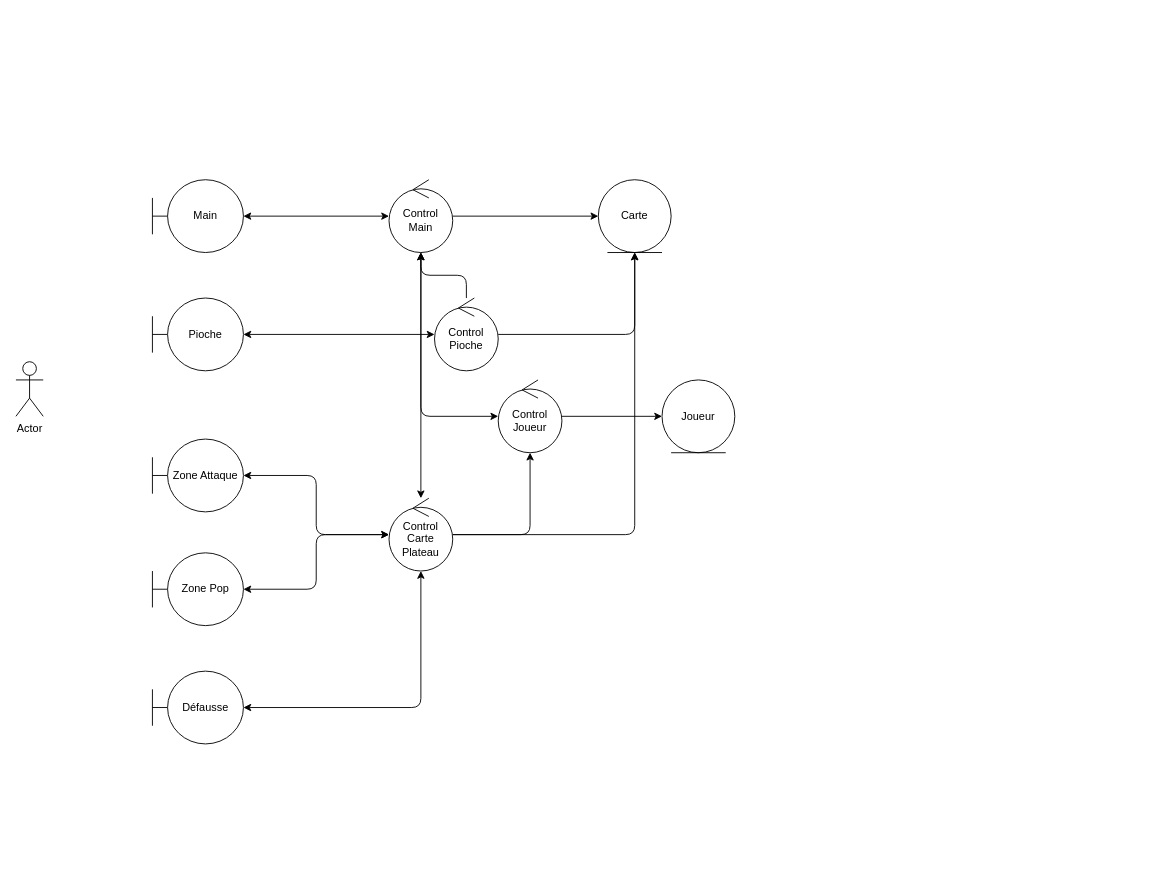
The draw.io diagram Diagramme de robustesse.drawio in coco875/ProjetPirate, before the edit. Source tidied: cells renumbered, new cells numbered last; positions are measured from the earlier drawing's top-left corner, leaving out a move shared by most shapes. Both pictures are drawn from the tidied source at 91%, with x=0, y=0 at pixel (15, 179).
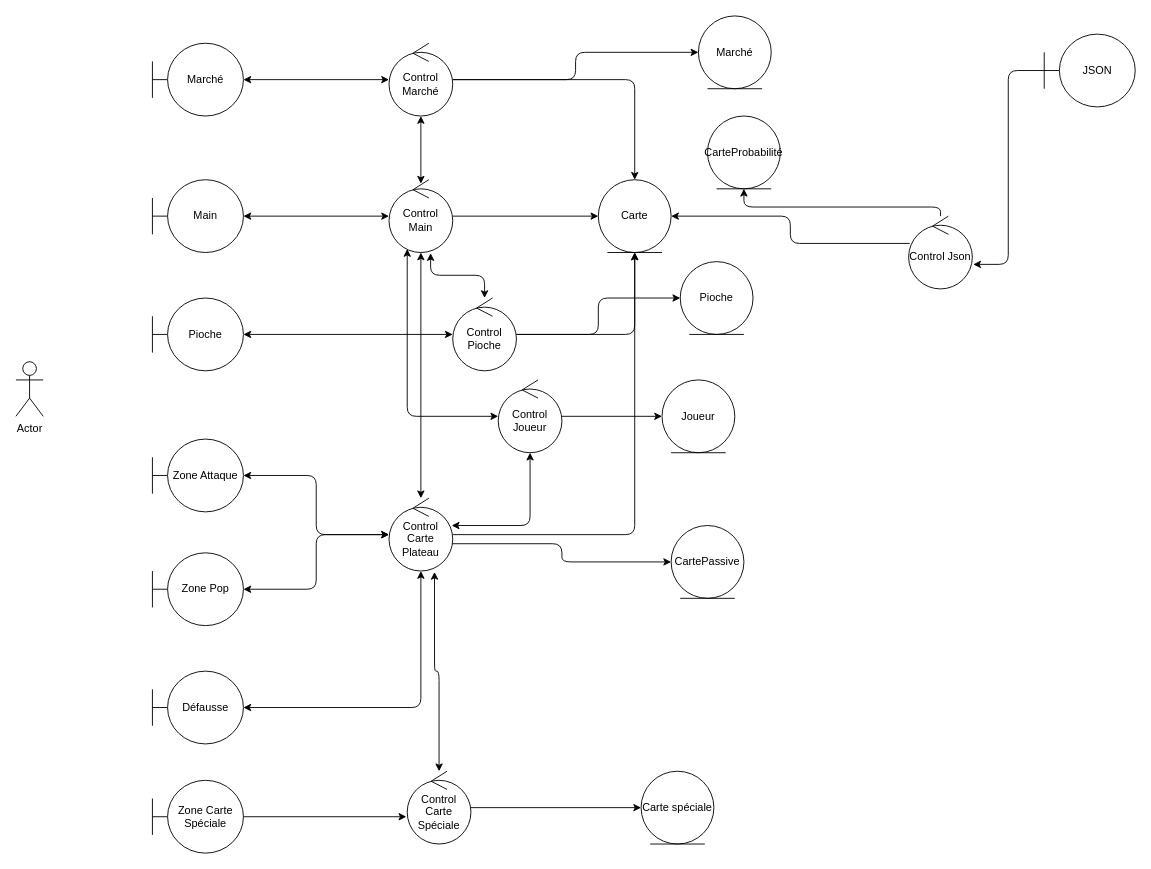
Above is the later version.

Commit message:
maj Diagramme robustesse

Unchanged cells that the change refers to:
```xml
<mxCell id="16" value="Control Carte Plateau" style="ellipse;shape=umlControl;whiteSpace=wrap;html=1;" parent="1" vertex="1">
  <mxGeometry x="410" y="350" width="70" height="80" as="geometry" />
</mxCell>
<mxCell id="19" value="Control Joueur" style="ellipse;shape=umlControl;whiteSpace=wrap;html=1;" parent="1" vertex="1">
  <mxGeometry x="530" y="220" width="70" height="80" as="geometry" />
</mxCell>
<mxCell id="22" value="Control Main" style="ellipse;shape=umlControl;whiteSpace=wrap;html=1;" parent="1" vertex="1">
  <mxGeometry x="410" width="70" height="80" as="geometry" />
</mxCell>
<mxCell id="23" value="Carte" style="ellipse;shape=umlEntity;whiteSpace=wrap;html=1;" parent="1" vertex="1">
  <mxGeometry x="640" width="80" height="80" as="geometry" />
</mxCell>
```

The edit, as a diff of the source:
```diff
@@
-    <mxCell id="13" style="edgeStyle=orthogonalEdgeStyle;html=1;" parent="1" edge="1" source="16" target="19">
-      <mxGeometry relative="1" as="geometry" />
+    <mxCell id="13" style="edgeStyle=orthogonalEdgeStyle;html=1;startArrow=classic;startFill=1;" parent="1" edge="1" source="16" target="19">
+      <mxGeometry relative="1" as="geometry">
+        <Array as="points">
+          <mxPoint x="565" y="380" />
+        </Array>
+      </mxGeometry>
     </mxCell>
@@
     <mxCell id="15" style="edgeStyle=orthogonalEdgeStyle;html=1;" parent="1" edge="1" source="16" target="23">
-      <mxGeometry relative="1" as="geometry" />
+      <mxGeometry relative="1" as="geometry">
+        <Array as="points">
+          <mxPoint x="680" y="390" />
+        </Array>
+      </mxGeometry>
     </mxCell>
+    <mxCell id="27" style="edgeStyle=orthogonalEdgeStyle;rounded=1;jettySize=auto;html=1;entryX=0;entryY=0.5;entryDx=0;entryDy=0;curved=0;" parent="1" edge="1" source="16" target="35">
+      <mxGeometry relative="1" as="geometry">
+        <Array as="points">
+          <mxPoint x="600" y="400" />
+          <mxPoint x="600" y="420" />
+        </Array>
+      </mxGeometry>
+    </mxCell>
@@
     <mxCell id="18" style="edgeStyle=orthogonalEdgeStyle;html=1;startArrow=classic;startFill=1;" parent="1" edge="1" source="19" target="22">
-      <mxGeometry relative="1" as="geometry" />
+      <mxGeometry relative="1" as="geometry">
+        <Array as="points">
+          <mxPoint x="430" y="260" />
+        </Array>
+      </mxGeometry>
     </mxCell>
@@
+    <mxCell id="28" style="edgeStyle=orthogonalEdgeStyle;rounded=1;jettySize=auto;html=1;curved=0;" parent="1" edge="1" source="26" target="43">
+      <mxGeometry relative="1" as="geometry" />
+    </mxCell>
+    <mxCell id="26" value="Control Pioche" style="ellipse;shape=umlControl;whiteSpace=wrap;html=1;" parent="1" vertex="1">
+      <mxGeometry x="480" y="130" width="70" height="80" as="geometry" />
+    </mxCell>
+    <mxCell id="29" value="Zone Carte Spéciale" style="shape=umlBoundary;whiteSpace=wrap;html=1;" parent="1" vertex="1">
+      <mxGeometry x="150" y="660" width="100" height="80" as="geometry" />
+    </mxCell>
+    <mxCell id="30" style="edgeStyle=orthogonalEdgeStyle;rounded=0;jettySize=auto;html=1;" parent="1" edge="1" source="31" target="32">
+      <mxGeometry relative="1" as="geometry" />
+    </mxCell>
+    <mxCell id="31" value="Control Carte Spéciale" style="ellipse;shape=umlControl;whiteSpace=wrap;html=1;" parent="1" vertex="1">
+      <mxGeometry x="430" y="650" width="70" height="80" as="geometry" />
+    </mxCell>
+    <mxCell id="32" value="Carte sp&lt;span style=&quot;background-color: transparent; color: light-dark(rgb(0, 0, 0), rgb(255, 255, 255));&quot;&gt;éciale&lt;/span&gt;" style="ellipse;shape=umlEntity;whiteSpace=wrap;html=1;" parent="1" vertex="1">
+      <mxGeometry x="687" y="650" width="80" height="80" as="geometry" />
+    </mxCell>
+    <mxCell id="33" style="edgeStyle=orthogonalEdgeStyle;rounded=1;jettySize=auto;html=1;entryX=0.714;entryY=1.013;entryDx=0;entryDy=0;entryPerimeter=0;startArrow=classic;startFill=1;curved=0;" parent="1" edge="1" source="31" target="16">
+      <mxGeometry relative="1" as="geometry" />
+    </mxCell>
+    <mxCell id="34" style="edgeStyle=orthogonalEdgeStyle;rounded=0;jettySize=auto;html=1;entryX=-0.014;entryY=0.625;entryDx=0;entryDy=0;entryPerimeter=0;" parent="1" edge="1" source="29" target="31">
+      <mxGeometry relative="1" as="geometry" />
+    </mxCell>
+    <mxCell id="35" value="CartePassive" style="ellipse;shape=umlEntity;whiteSpace=wrap;html=1;" parent="1" vertex="1">
+      <mxGeometry x="720" y="380" width="80" height="80" as="geometry" />
+    </mxCell>
-    <mxCell id="25" style="edgeStyle=orthogonalEdgeStyle;html=1;" parent="1" edge="1" source="26" target="22">
+    <mxCell id="25" style="edgeStyle=orthogonalEdgeStyle;rounded=1;jettySize=auto;html=1;entryX=0.653;entryY=1.008;entryDx=0;entryDy=0;entryPerimeter=0;startArrow=classic;startFill=1;curved=0;" parent="1" edge="1" source="26" target="22">
       <mxGeometry relative="1" as="geometry" />
     </mxCell>
-    <mxCell id="26" value="Control Pioche" style="ellipse;shape=umlControl;whiteSpace=wrap;html=1;" parent="1" vertex="1">
-      <mxGeometry x="460" y="130" width="70" height="80" as="geometry" />
-    </mxCell>
+    <mxCell id="36" style="edgeStyle=orthogonalEdgeStyle;rounded=0;jettySize=auto;html=1;startArrow=classic;startFill=1;" parent="1" edge="1" source="37" target="40">
+      <mxGeometry relative="1" as="geometry" />
+    </mxCell>
+    <mxCell id="37" value="Marché" style="shape=umlBoundary;whiteSpace=wrap;html=1;" parent="1" vertex="1">
+      <mxGeometry x="150" y="-150" width="100" height="80" as="geometry" />
+    </mxCell>
+    <mxCell id="38" style="edgeStyle=orthogonalEdgeStyle;rounded=1;jettySize=auto;html=1;entryX=0.5;entryY=0;entryDx=0;entryDy=0;curved=0;" parent="1" edge="1" source="40" target="23">
+      <mxGeometry relative="1" as="geometry" />
+    </mxCell>
+    <mxCell id="39" style="edgeStyle=orthogonalEdgeStyle;rounded=1;jettySize=auto;html=1;entryX=0;entryY=0.5;entryDx=0;entryDy=0;curved=0;" parent="1" edge="1" source="40" target="42">
+      <mxGeometry relative="1" as="geometry" />
+    </mxCell>
+    <mxCell id="40" value="Control Marché" style="ellipse;shape=umlControl;whiteSpace=wrap;html=1;" parent="1" vertex="1">
+      <mxGeometry x="410" y="-150" width="70" height="80" as="geometry" />
+    </mxCell>
+    <mxCell id="41" style="edgeStyle=orthogonalEdgeStyle;rounded=0;jettySize=auto;html=1;entryX=0.5;entryY=0.054;entryDx=0;entryDy=0;entryPerimeter=0;startArrow=classic;startFill=1;" parent="1" edge="1" source="40" target="22">
+      <mxGeometry relative="1" as="geometry" />
+    </mxCell>
+    <mxCell id="42" value="Marché" style="ellipse;shape=umlEntity;whiteSpace=wrap;html=1;" parent="1" vertex="1">
+      <mxGeometry x="750" y="-180" width="80" height="80" as="geometry" />
+    </mxCell>
+    <mxCell id="43" value="Pioche" style="ellipse;shape=umlEntity;whiteSpace=wrap;html=1;" parent="1" vertex="1">
+      <mxGeometry x="730" y="90" width="80" height="80" as="geometry" />
+    </mxCell>
+    <mxCell id="44" value="JSON" style="shape=umlBoundary;whiteSpace=wrap;html=1;" parent="1" vertex="1">
+      <mxGeometry x="1130" y="-160" width="100" height="80" as="geometry" />
+    </mxCell>
+    <mxCell id="45" style="edgeStyle=orthogonalEdgeStyle;rounded=1;jettySize=auto;html=1;entryX=0.5;entryY=1;entryDx=0;entryDy=0;curved=0;" parent="1" edge="1" source="47" target="48">
+      <mxGeometry relative="1" as="geometry">
+        <Array as="points">
+          <mxPoint x="800" y="30" />
+        </Array>
+      </mxGeometry>
+    </mxCell>
+    <mxCell id="46" style="edgeStyle=orthogonalEdgeStyle;rounded=1;jettySize=auto;html=1;entryX=1;entryY=0.5;entryDx=0;entryDy=0;curved=0;" parent="1" edge="1" source="47" target="23">
+      <mxGeometry relative="1" as="geometry">
+        <Array as="points">
+          <mxPoint x="851" y="70" />
+          <mxPoint x="851" y="40" />
+        </Array>
+      </mxGeometry>
+    </mxCell>
+    <mxCell id="47" value="Control Json" style="ellipse;shape=umlControl;whiteSpace=wrap;html=1;" parent="1" vertex="1">
+      <mxGeometry x="981" y="40" width="70" height="80" as="geometry" />
+    </mxCell>
+    <mxCell id="48" value="CarteProbabilité" style="ellipse;shape=umlEntity;whiteSpace=wrap;html=1;" parent="1" vertex="1">
+      <mxGeometry x="760" y="-70" width="80" height="80" as="geometry" />
+    </mxCell>
+    <mxCell id="49" style="edgeStyle=orthogonalEdgeStyle;rounded=1;jettySize=auto;html=1;entryX=1.014;entryY=0.663;entryDx=0;entryDy=0;entryPerimeter=0;curved=0;" parent="1" edge="1" source="44" target="47">
+      <mxGeometry relative="1" as="geometry" />
+    </mxCell>
```
